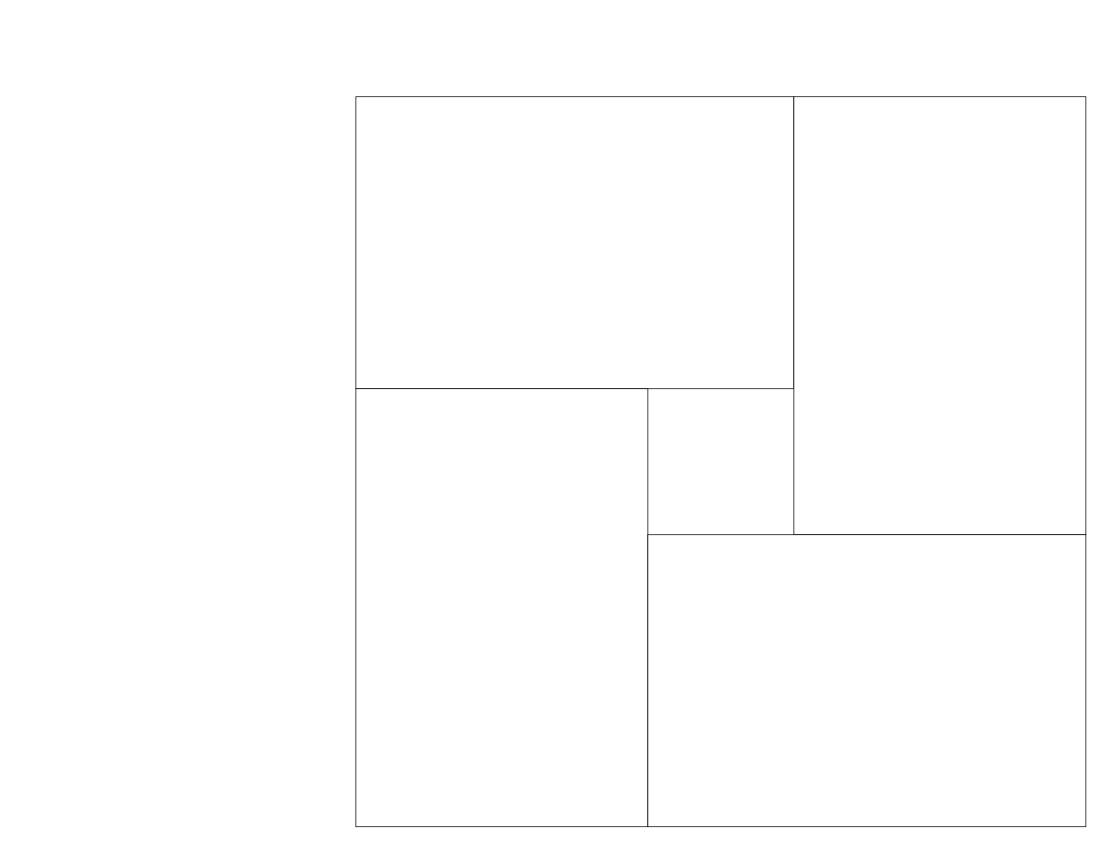
Above: carbed.drawio in lyleLH/AA-Draw.io (draw.io), before the change. Source tidied: cells renumbered, new cells numbered last; positions are measured from the earlier drawing's top-left corner, leaving out a move shared by most shapes. Both pictures are drawn from the tidied source at 73%, with x=0, y=0 at pixel (283, 96).
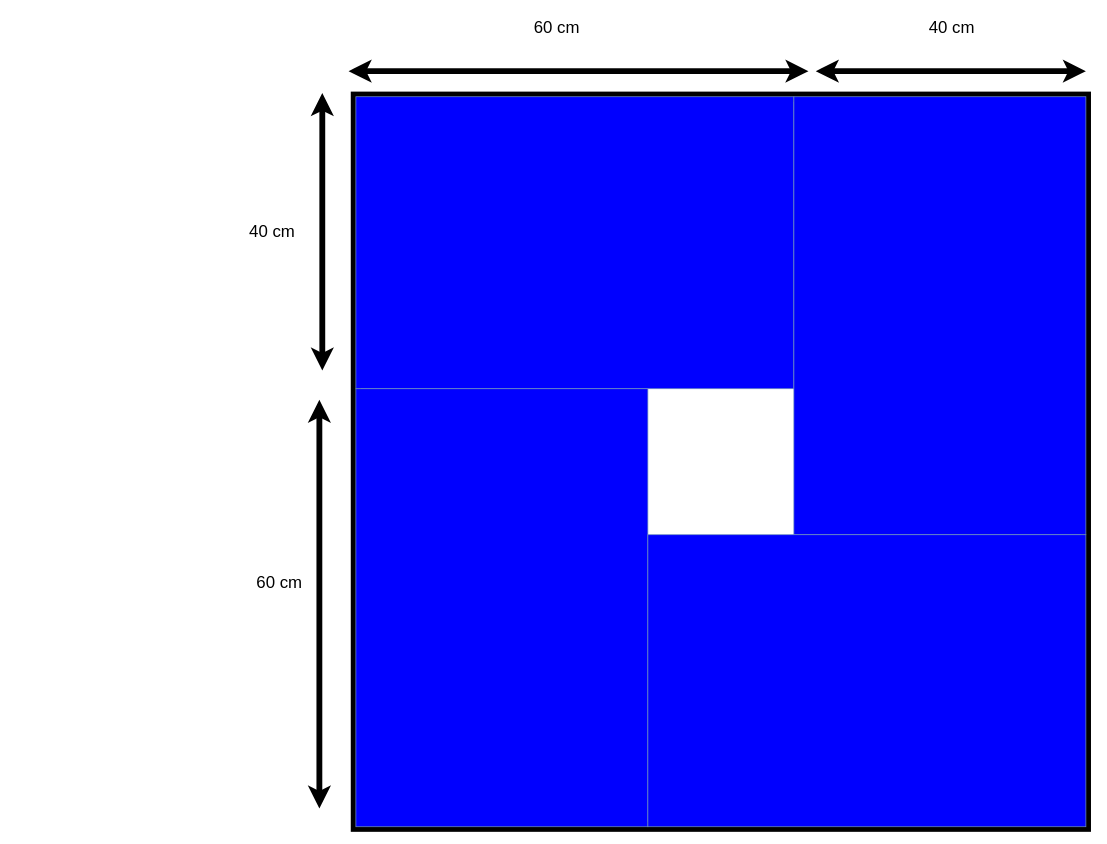
Above is the later version.

The edit, as a diff of the source:
```diff
@@
-    <mxCell id="2" style="group;" parent="1" vertex="1">
+    <mxCell id="2" style="group;strokeWidth=14;strokeColor=default;shadow=0;" parent="1" vertex="1">
       <mxGeometry x="100" width="1000" height="1000" as="geometry" />
     </mxCell>
-    <mxCell id="3" style="whiteSpace=wrap;html=1;" parent="2" vertex="1">
+    <mxCell id="3" style="whiteSpace=wrap;html=1;fillColor=#0000FF;strokeColor=#6c8ebf;" parent="2" vertex="1">
       <mxGeometry width="600" height="400" as="geometry" />
     </mxCell>
-    <mxCell id="4" style="whiteSpace=wrap;html=1;rotation=90;" parent="2" vertex="1">
+    <mxCell id="4" style="whiteSpace=wrap;html=1;rotation=90;fillColor=#0000FF;strokeColor=#6c8ebf;" parent="2" vertex="1">
       <mxGeometry x="500" y="100" width="600" height="400" as="geometry" />
     </mxCell>
-    <mxCell id="5" style="whiteSpace=wrap;html=1;rotation=90;" parent="2" vertex="1">
+    <mxCell id="5" style="whiteSpace=wrap;html=1;rotation=90;fillColor=#0000FF;strokeColor=#6c8ebf;" parent="2" vertex="1">
       <mxGeometry x="-100" y="500" width="600" height="400" as="geometry" />
     </mxCell>
-    <mxCell id="6" style="whiteSpace=wrap;html=1;" parent="2" vertex="1">
+    <mxCell id="6" style="whiteSpace=wrap;html=1;fillColor=#0000FF;strokeColor=#6c8ebf;" parent="2" vertex="1">
       <mxGeometry x="400" y="600" width="600" height="400" as="geometry" />
     </mxCell>
+    <mxCell id="7" style="group;" parent="1" vertex="1">
+      <mxGeometry x="90" y="-115" width="630" height="80" as="geometry" />
+    </mxCell>
+    <mxCell id="8" style="endArrow=classic;startArrow=classic;html=1;rounded=0;strokeWidth=8;" parent="7" edge="1">
+      <mxGeometry relative="1" as="geometry">
+        <mxPoint y="80" as="sourcePoint" />
+        <mxPoint x="630" y="80" as="targetPoint" />
+      </mxGeometry>
+    </mxCell>
+    <mxCell id="9" value="60 cm" style="text;html=1;align=center;verticalAlign=middle;strokeColor=none;fillColor=none;fontSize=23;" parent="7" vertex="1">
+      <mxGeometry x="240" width="90" height="40" as="geometry" />
+    </mxCell>
+    <mxCell id="10" style="group;rotation=90;" parent="1" vertex="1">
+      <mxGeometry x="-436" y="165" width="630" height="80" as="geometry" />
+    </mxCell>
+    <mxCell id="11" style="endArrow=classic;startArrow=classic;html=1;rounded=0;strokeWidth=8;" parent="10" edge="1">
+      <mxGeometry relative="1" as="geometry">
+        <mxPoint x="490" y="210" as="sourcePoint" />
+        <mxPoint x="490" y="-170" as="targetPoint" />
+      </mxGeometry>
+    </mxCell>
+    <mxCell id="12" value="40 cm" style="text;html=1;align=center;verticalAlign=middle;strokeColor=none;fillColor=none;fontSize=23;" parent="1" vertex="1">
+      <mxGeometry x="-60" y="165" width="90" height="40" as="geometry" />
+    </mxCell>
+    <mxCell id="13" style="group;" parent="1" vertex="1">
+      <mxGeometry x="730" y="-115" width="370" height="80" as="geometry" />
+    </mxCell>
+    <mxCell id="14" style="endArrow=classic;startArrow=classic;html=1;rounded=0;strokeWidth=8;" parent="13" edge="1">
+      <mxGeometry relative="1" as="geometry">
+        <mxPoint y="80" as="sourcePoint" />
+        <mxPoint x="370" y="80" as="targetPoint" />
+      </mxGeometry>
+    </mxCell>
+    <mxCell id="15" value="40 cm" style="text;html=1;align=center;verticalAlign=middle;strokeColor=none;fillColor=none;fontSize=23;" parent="13" vertex="1">
+      <mxGeometry x="141" width="90" height="40" as="geometry" />
+    </mxCell>
+    <mxCell id="16" style="group;" parent="1" vertex="1">
+      <mxGeometry x="-370" y="575" width="630" height="80" as="geometry" />
+    </mxCell>
+    <mxCell id="17" style="endArrow=classic;startArrow=classic;html=1;rounded=0;strokeWidth=8;" parent="16" edge="1">
+      <mxGeometry relative="1" as="geometry">
+        <mxPoint x="420" y="400" as="sourcePoint" />
+        <mxPoint x="420" y="-160" as="targetPoint" />
+      </mxGeometry>
+    </mxCell>
+    <mxCell id="18" value="60 cm" style="text;html=1;align=center;verticalAlign=middle;strokeColor=none;fillColor=none;fontSize=23;" parent="1" vertex="1">
+      <mxGeometry x="-50" y="645" width="90" height="40" as="geometry" />
+    </mxCell>
```
